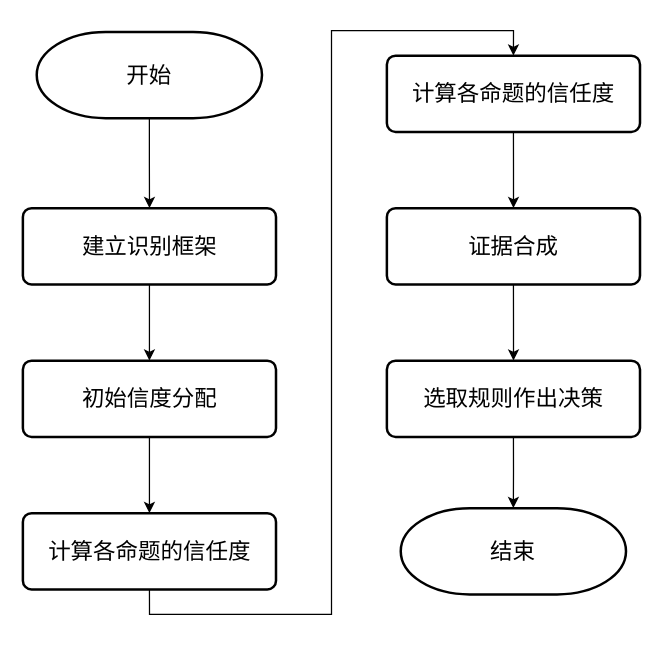
This is DS证据理论流程图.drawio from nianqingdeguowang/python, a draw.io file, before an edit. Source tidied: cells renumbered, new cells numbered last; positions are measured from the earlier drawing's top-left corner, leaving out a move shared by most shapes. Both pictures are drawn from the tidied source at 125%, with x=0, y=0 at pixel (22, 31).
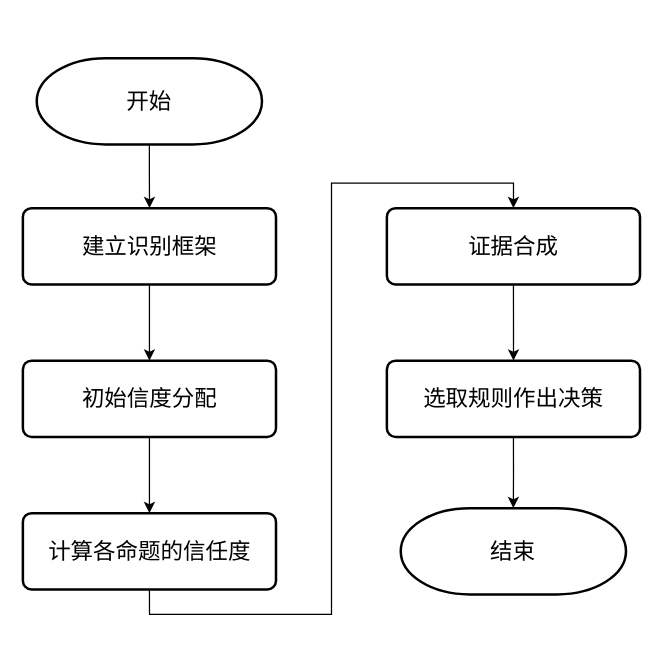
After the change.

Commit message:
更新DS证据理论流程图.drawio

The edit, as a diff of the source:
```diff
@@
 <mxGraphModel>
   <root>
     <mxCell id="0" />
     <mxCell id="1" parent="0" />
     <mxCell id="2" style="edgeStyle=orthogonalEdgeStyle;rounded=0;jettySize=auto;html=1;exitX=0.5;exitY=1;exitDx=0;exitDy=0;exitPerimeter=0;fontSize=18;" parent="1" edge="1" source="16" target="4">
       <mxGeometry relative="1" as="geometry" />
     </mxCell>
     <mxCell id="3" style="edgeStyle=orthogonalEdgeStyle;rounded=0;jettySize=auto;html=1;exitX=0.5;exitY=1;exitDx=0;exitDy=0;entryX=0.5;entryY=0;entryDx=0;entryDy=0;" parent="1" edge="1" source="4" target="6">
       <mxGeometry relative="1" as="geometry" />
     </mxCell>
     <mxCell id="4" value="建立识别框架" style="rounded=1;whiteSpace=wrap;html=1;absoluteArcSize=1;arcSize=14;strokeWidth=2;fontSize=18;" parent="1" vertex="1">
       <mxGeometry x="-0.2" y="141" width="202.5" height="61" as="geometry" />
     </mxCell>
     <mxCell id="5" style="edgeStyle=orthogonalEdgeStyle;rounded=0;jettySize=auto;html=1;exitX=0.5;exitY=1;exitDx=0;exitDy=0;entryX=0.5;entryY=0;entryDx=0;entryDy=0;" parent="1" edge="1" source="6" target="8">
       <mxGeometry relative="1" as="geometry" />
     </mxCell>
     <mxCell id="6" value="初始信度分配" style="rounded=1;whiteSpace=wrap;html=1;absoluteArcSize=1;arcSize=14;strokeWidth=2;fontSize=18;" parent="1" vertex="1">
       <mxGeometry x="-0.2" y="263" width="202.5" height="61" as="geometry" />
     </mxCell>
-    <mxCell id="7" style="edgeStyle=orthogonalEdgeStyle;rounded=0;jettySize=auto;html=1;exitX=0.5;exitY=1;exitDx=0;exitDy=0;entryX=0.5;entryY=0;entryDx=0;entryDy=0;" parent="1" edge="1" source="8" target="10">
-      <mxGeometry relative="1" as="geometry" />
-    </mxCell>
+    <mxCell id="17" style="edgeStyle=orthogonalEdgeStyle;rounded=0;jettySize=auto;html=1;exitX=0.5;exitY=1;exitDx=0;exitDy=0;entryX=0.5;entryY=0;entryDx=0;entryDy=0;" parent="1" edge="1" source="8" target="12">
+      <mxGeometry relative="1" as="geometry" />
+    </mxCell>
     <mxCell id="8" value="计算各命题的信任度" style="rounded=1;whiteSpace=wrap;html=1;absoluteArcSize=1;arcSize=14;strokeWidth=2;fontSize=18;" parent="1" vertex="1">
       <mxGeometry x="-0.2" y="385" width="202.5" height="61" as="geometry" />
     </mxCell>
-    <mxCell id="9" style="edgeStyle=orthogonalEdgeStyle;rounded=0;jettySize=auto;html=1;exitX=0.5;exitY=1;exitDx=0;exitDy=0;" parent="1" edge="1" source="10" target="12">
-      <mxGeometry relative="1" as="geometry" />
-    </mxCell>
-    <mxCell id="10" value="计算各命题的信任度" style="rounded=1;whiteSpace=wrap;html=1;absoluteArcSize=1;arcSize=14;strokeWidth=2;fontSize=18;" parent="1" vertex="1">
-      <mxGeometry x="291" y="19" width="202.5" height="61" as="geometry" />
-    </mxCell>
     <mxCell id="11" style="edgeStyle=orthogonalEdgeStyle;rounded=0;jettySize=auto;html=1;exitX=0.5;exitY=1;exitDx=0;exitDy=0;" parent="1" edge="1" source="12" target="13">
       <mxGeometry relative="1" as="geometry" />
     </mxCell>
     <mxCell id="12" value="证据合成" style="rounded=1;whiteSpace=wrap;html=1;absoluteArcSize=1;arcSize=14;strokeWidth=2;fontSize=18;" parent="1" vertex="1">
       <mxGeometry x="291" y="141" width="202.5" height="61" as="geometry" />
     </mxCell>
     <mxCell id="13" value="选取规则作出决策" style="rounded=1;whiteSpace=wrap;html=1;absoluteArcSize=1;arcSize=14;strokeWidth=2;fontSize=18;" parent="1" vertex="1">
       <mxGeometry x="291" y="263" width="202.5" height="61" as="geometry" />
     </mxCell>
     <mxCell id="14" style="edgeStyle=orthogonalEdgeStyle;rounded=0;jettySize=auto;html=1;exitX=0.5;exitY=1;exitDx=0;exitDy=0;entryX=0.5;entryY=0;entryDx=0;entryDy=0;entryPerimeter=0;" parent="1" edge="1" source="13" target="15">
       <mxGeometry relative="1" as="geometry" />
     </mxCell>
     <mxCell id="15" value="&lt;font style=&quot;font-size: 18px;&quot;&gt;结束&lt;/font&gt;" style="strokeWidth=2;html=1;shape=mxgraph.flowchart.terminator;whiteSpace=wrap;" parent="1" vertex="1">
       <mxGeometry x="302.1" y="381" width="180.2" height="69" as="geometry" />
     </mxCell>
     <mxCell id="16" value="&lt;font style=&quot;font-size: 18px;&quot;&gt;开始&lt;/font&gt;" style="strokeWidth=2;html=1;shape=mxgraph.flowchart.terminator;whiteSpace=wrap;" parent="1" vertex="1">
-      <mxGeometry x="10.9" width="180.2" height="69" as="geometry" />
+      <mxGeometry x="10.9" y="21" width="180.2" height="69" as="geometry" />
     </mxCell>
   </root>
 </mxGraphModel>
```
